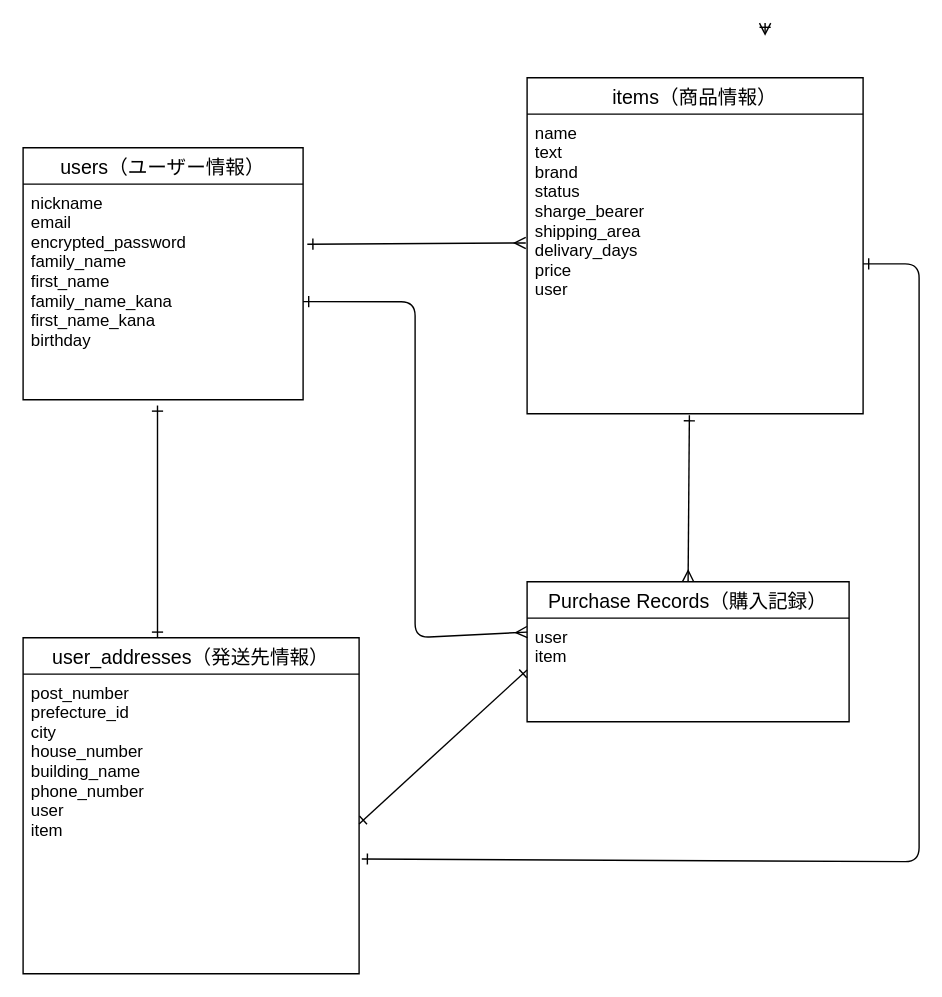
This is furima.dio from wss4616/furima-37914, a draw.io file, before an edit. Source tidied: cells renumbered, new cells numbered last; positions are measured from the earlier drawing's top-left corner, leaving out a move shared by most shapes. Both pictures are drawn from the tidied source at 140%, with x=0, y=0 at pixel (22, 22).
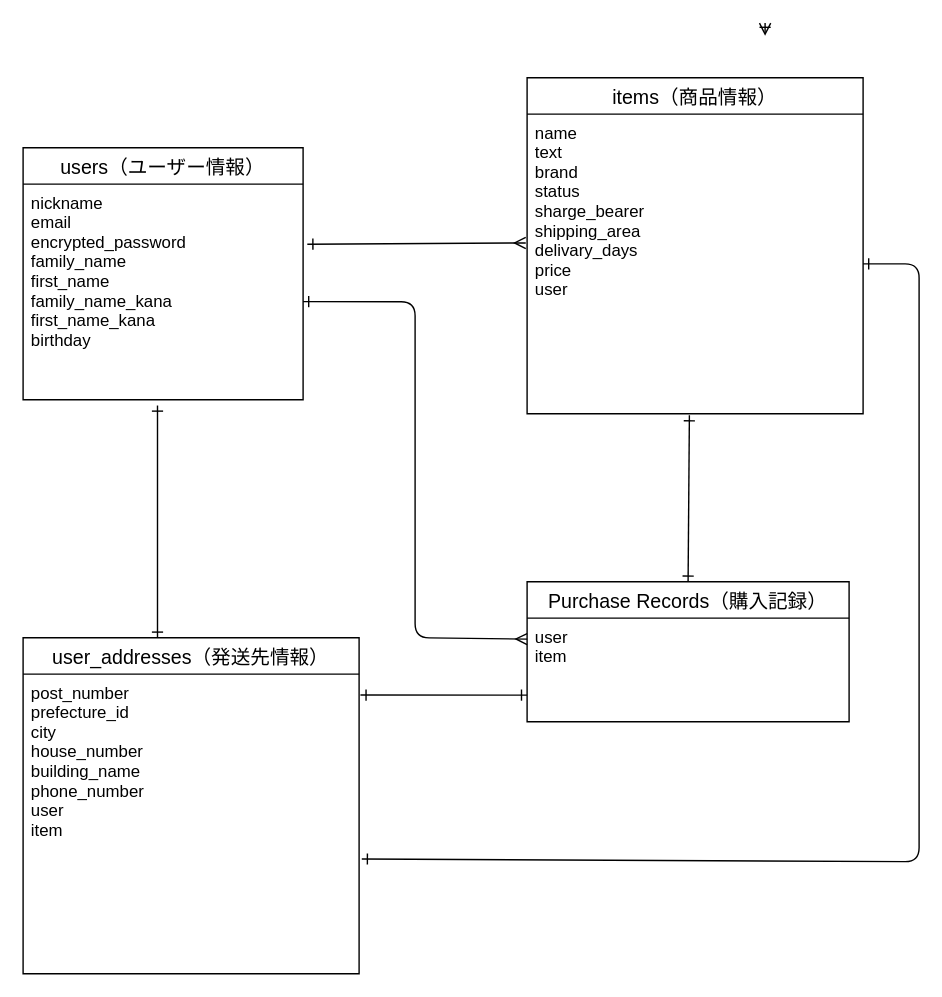
Above is the later version.

Unchanged cells that the change refers to:
```xml
<mxCell id="3" value="name&#10;text&#10;brand&#10;status&#10;sharge_bearer&#10;shipping_area&#10;delivary_days&#10;price&#10;user" style="text;strokeColor=none;fillColor=none;spacingLeft=4;spacingRight=4;overflow=hidden;points=[[0,0.5],[1,0.5]];portConstraint=eastwest;fontSize=12;" parent="2" vertex="1">
  <mxGeometry y="26" width="240" height="214" as="geometry" />
</mxCell>
<mxCell id="5" value="nickname&#10;email&#10;encrypted_password&#10;family_name&#10;first_name&#10;family_name_kana&#10;first_name_kana&#10;birthday" style="text;strokeColor=none;fillColor=none;spacingLeft=4;spacingRight=4;overflow=hidden;points=[[0,0.5],[1,0.5]];portConstraint=eastwest;fontSize=12;" parent="4" vertex="1">
  <mxGeometry y="26" width="200" height="154" as="geometry" />
</mxCell>
<mxCell id="7" value="post_number&#10;prefecture_id&#10;city&#10;house_number&#10;building_name&#10;phone_number&#10;user&#10;item" style="text;strokeColor=none;fillColor=none;spacingLeft=4;spacingRight=4;overflow=hidden;points=[[0,0.5],[1,0.5]];portConstraint=eastwest;fontSize=12;" parent="6" vertex="1">
  <mxGeometry y="26" width="240" height="214" as="geometry" />
</mxCell>
<mxCell id="11" value="Purchase Records（購入記録）" style="swimlane;fontStyle=0;horizontal=1;startSize=26;align=center;fontSize=14;" parent="1" vertex="1">
  <mxGeometry x="360" y="399" width="230" height="100" as="geometry" />
</mxCell>
<mxCell id="12" value="user&#10;item" style="text;strokeColor=none;fillColor=none;spacingLeft=4;spacingRight=4;overflow=hidden;points=[[0,0.5],[1,0.5]];portConstraint=eastwest;fontSize=12;" parent="11" vertex="1">
  <mxGeometry y="26" width="230" height="74" as="geometry" />
</mxCell>
```

What changed in the source:
```diff
@@
-    <mxCell id="13" style="edgeStyle=none;html=1;exitX=1;exitY=0.545;exitDx=0;exitDy=0;entryX=0;entryY=0.135;entryDx=0;entryDy=0;entryPerimeter=0;startArrow=ERone;startFill=0;endArrow=ERmany;endFill=0;strokeColor=default;elbow=vertical;exitPerimeter=0;" parent="1" edge="1" source="5" target="12">
+    <mxCell id="13" style="edgeStyle=none;html=1;exitX=1;exitY=0.545;exitDx=0;exitDy=0;entryX=0;entryY=0.203;entryDx=0;entryDy=0;entryPerimeter=0;startArrow=ERone;startFill=0;endArrow=ERmany;endFill=0;strokeColor=default;elbow=vertical;exitPerimeter=0;" parent="1" edge="1" source="5" target="12">
       <mxGeometry relative="1" as="geometry">
         <Array as="points">
           <mxPoint x="280" y="199" />
           <mxPoint x="280" y="439" />
         </Array>
       </mxGeometry>
     </mxCell>
-    <mxCell id="14" style="edgeStyle=none;html=1;exitX=0.483;exitY=1.005;exitDx=0;exitDy=0;entryX=0.5;entryY=0;entryDx=0;entryDy=0;startArrow=ERone;startFill=0;endArrow=ERmany;endFill=0;strokeColor=default;elbow=vertical;exitPerimeter=0;" parent="1" edge="1" source="3" target="11">
+    <mxCell id="14" style="edgeStyle=none;html=1;exitX=0.483;exitY=1.005;exitDx=0;exitDy=0;entryX=0.5;entryY=0;entryDx=0;entryDy=0;startArrow=ERone;startFill=0;endArrow=ERone;endFill=0;strokeColor=default;elbow=vertical;exitPerimeter=0;" parent="1" edge="1" source="3" target="11">
       <mxGeometry relative="1" as="geometry" />
     </mxCell>
-    <mxCell id="15" style="edgeStyle=none;html=1;exitX=0;exitY=0.5;exitDx=0;exitDy=0;entryX=1;entryY=0.5;entryDx=0;entryDy=0;startArrow=ERone;startFill=0;endArrow=ERone;endFill=0;strokeColor=default;elbow=vertical;" parent="1" edge="1" source="12" target="7">
-      <mxGeometry relative="1" as="geometry" />
+    <mxCell id="15" style="edgeStyle=none;html=1;entryX=1.004;entryY=0.07;entryDx=0;entryDy=0;startArrow=ERone;startFill=0;endArrow=ERone;endFill=0;strokeColor=default;elbow=vertical;entryPerimeter=0;" parent="1" edge="1" target="7">
+      <mxGeometry relative="1" as="geometry">
+        <mxPoint x="360" y="480" as="sourcePoint" />
+      </mxGeometry>
     </mxCell>
```
